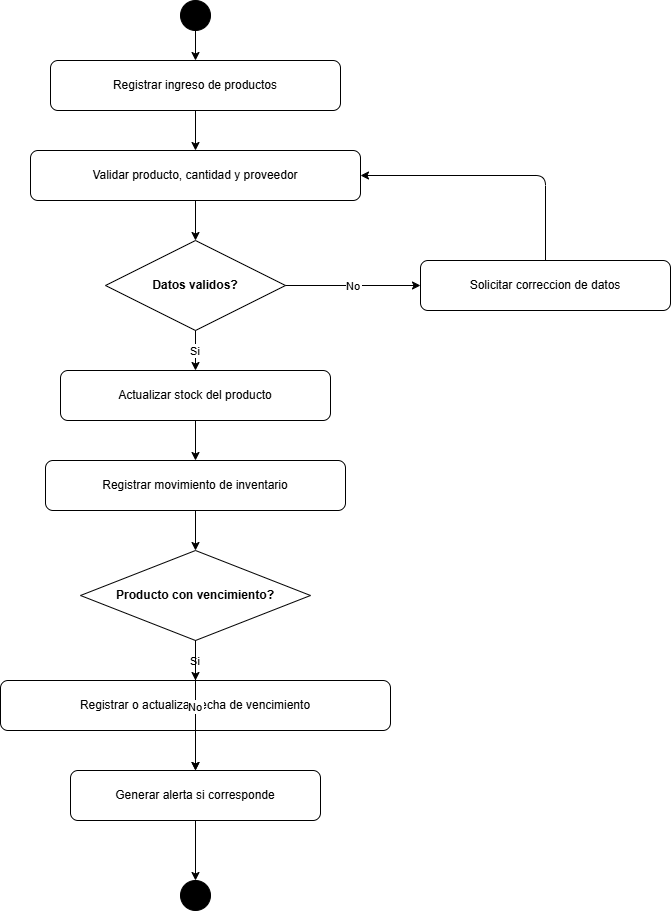
Earlier version of the draw.io export docs-site/img/06-actividad-control-inventario.png (AYPG2023/tienda-esquina-system-analysis). Source tidied: cells renumbered, new cells last; positions are measured from the earlier drawing's top-left corner, leaving out a move shared by most shapes.
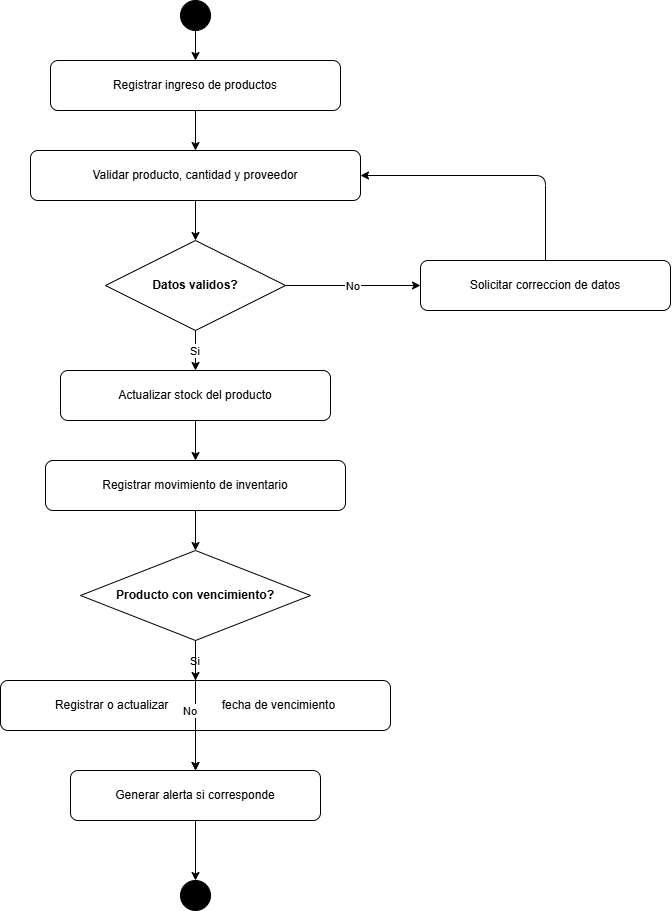
The same file after the commit.

Change to the diagram source:
```diff
@@ -26,7 +26,7 @@
     <mxCell id="9" value="&lt;b&gt;Producto con vencimiento?&lt;/b&gt;" style="rhombus;whiteSpace=wrap;html=1;" parent="1" vertex="1">
       <mxGeometry x="80" y="550" width="230" height="90" as="geometry" />
     </mxCell>
-    <mxCell id="10" value="Registrar o actualizar fecha de vencimiento" style="rounded=1;whiteSpace=wrap;html=1;" parent="1" vertex="1">
+    <mxCell id="10" value="Registrar o actualizar&amp;nbsp; &amp;nbsp; &amp;nbsp; &amp;nbsp; &amp;nbsp; &amp;nbsp; &amp;nbsp; &amp;nbsp; fecha de vencimiento" style="rounded=1;whiteSpace=wrap;html=1;" parent="1" vertex="1">
       <mxGeometry y="680" width="390" height="50" as="geometry" />
     </mxCell>
     <mxCell id="11" value="Generar alerta si corresponde" style="rounded=1;whiteSpace=wrap;html=1;" parent="1" vertex="1">
@@ -60,7 +60,7 @@
       <mxGeometry relative="1" as="geometry" />
     </mxCell>
     <mxCell id="21" value="No" parent="1" edge="1" source="9" target="11">
-      <mxGeometry relative="1" as="geometry" />
+      <mxGeometry x="0.08" y="-5" relative="1" as="geometry" />
     </mxCell>
     <mxCell id="22" parent="1" edge="1" source="10" target="11">
       <mxGeometry relative="1" as="geometry" />
```
